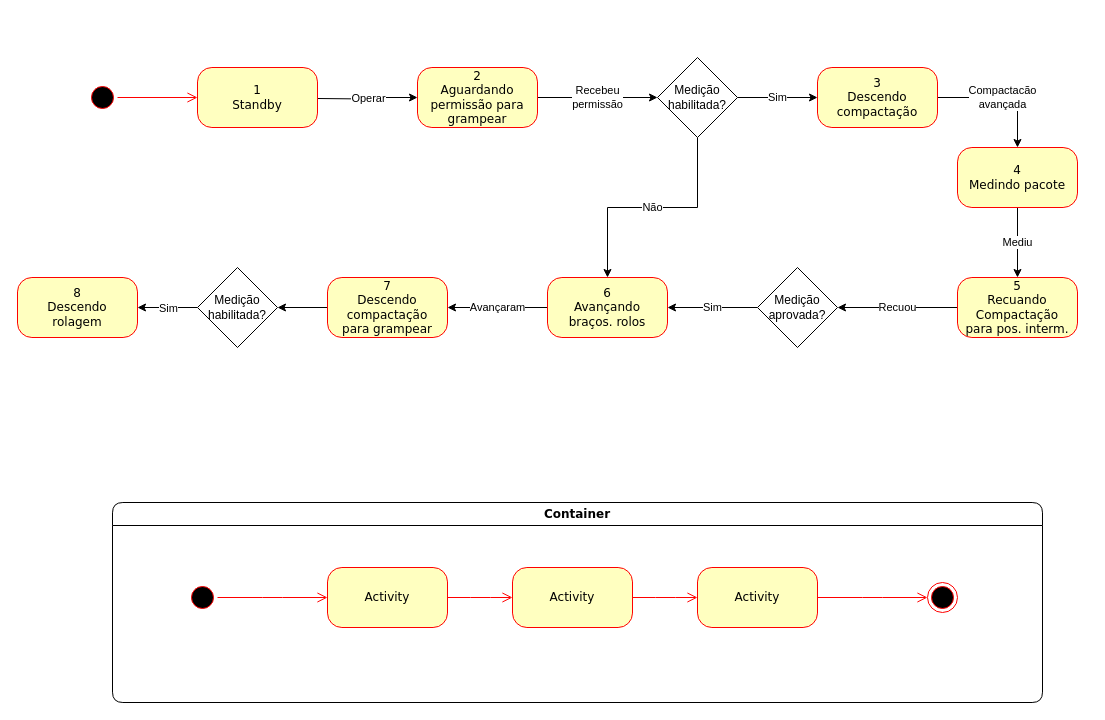
JonanMuller/M04196N03_Grampeadeira keeps this draw.io diagram as estadosGrampeadeira.drawio. Above is the earlier version. Source tidied: cells renumbered, new cells numbered last; positions are measured from the earlier drawing's top-left corner, leaving out a move shared by most shapes. Both pictures are drawn from the tidied source at 100%, with x=0, y=0 at pixel (17, 57).
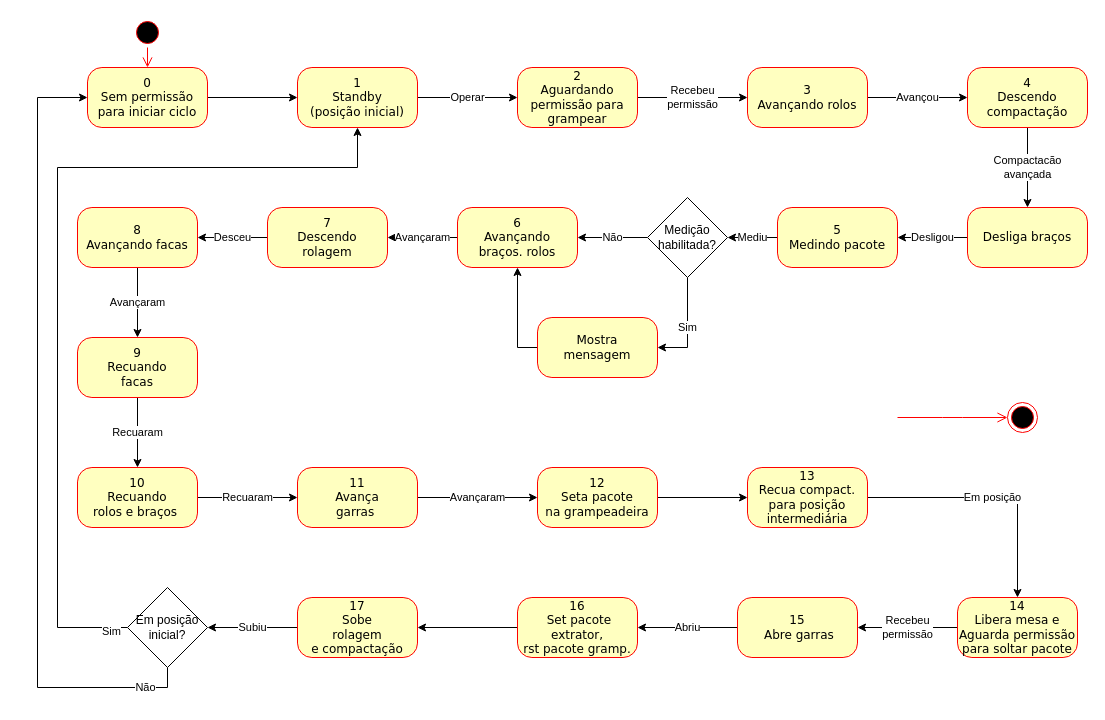
After the change.

Change to the diagram source:
```diff
@@
     <mxCell id="2" style="ellipse;html=1;shape=startState;fillColor=#000000;strokeColor=#ff0000;rounded=1;shadow=0;comic=0;labelBackgroundColor=none;fontFamily=Verdana;fontSize=12;fontColor=#000000;align=center;direction=south;" parent="1" vertex="1">
-      <mxGeometry x="70" y="25" width="30" height="30" as="geometry" />
+      <mxGeometry x="115" y="-40" width="30" height="30" as="geometry" />
     </mxCell>
-    <mxCell id="3" value="Operar" style="edgeStyle=orthogonalEdgeStyle;rounded=0;jettySize=auto;html=1;entryX=0;entryY=0.5;entryDx=0;entryDy=0;" parent="1" edge="1" target="17">
-      <mxGeometry relative="1" as="geometry">
-        <mxPoint x="300" y="41" as="sourcePoint" />
-      </mxGeometry>
+    <mxCell id="3" value="Operar" style="edgeStyle=orthogonalEdgeStyle;rounded=0;jettySize=auto;html=1;entryX=0;entryY=0.5;entryDx=0;entryDy=0;startArrow=none;" parent="1" edge="1" source="4" target="17">
+      <mxGeometry relative="1" as="geometry" />
     </mxCell>
-    <mxCell id="4" value="1&lt;br&gt;Standby" style="rounded=1;whiteSpace=wrap;html=1;arcSize=24;fillColor=#ffffc0;strokeColor=#ff0000;shadow=0;comic=0;labelBackgroundColor=none;fontFamily=Verdana;fontSize=12;fontColor=#000000;align=center;" parent="1" vertex="1">
-      <mxGeometry x="180" y="10" width="120" height="60" as="geometry" />
-    </mxCell>
-    <mxCell id="5" value="Container" style="swimlane;whiteSpace=wrap;html=1;rounded=1;shadow=0;comic=0;labelBackgroundColor=none;strokeWidth=1;fontFamily=Verdana;fontSize=12;align=center;" parent="1" vertex="1">
-      <mxGeometry x="95" y="445" width="930" height="200" as="geometry" />
-    </mxCell>
-    <mxCell id="6" style="edgeStyle=elbowEdgeStyle;html=1;labelBackgroundColor=none;endArrow=open;endSize=8;strokeColor=#ff0000;fontFamily=Verdana;fontSize=12;align=left;" parent="5" edge="1" source="7" target="12">
-      <mxGeometry relative="1" as="geometry" />
-    </mxCell>
-    <mxCell id="7" value="Activity" style="rounded=1;whiteSpace=wrap;html=1;arcSize=24;fillColor=#ffffc0;strokeColor=#ff0000;shadow=0;comic=0;labelBackgroundColor=none;fontFamily=Verdana;fontSize=12;fontColor=#000000;align=center;" parent="5" vertex="1">
-      <mxGeometry x="215" y="65" width="120" height="60" as="geometry" />
-    </mxCell>
-    <mxCell id="8" style="ellipse;html=1;shape=endState;fillColor=#000000;strokeColor=#ff0000;rounded=1;shadow=0;comic=0;labelBackgroundColor=none;fontFamily=Verdana;fontSize=12;fontColor=#000000;align=center;" parent="5" vertex="1">
-      <mxGeometry x="815" y="80" width="30" height="30" as="geometry" />
-    </mxCell>
-    <mxCell id="9" style="edgeStyle=elbowEdgeStyle;html=1;labelBackgroundColor=none;endArrow=open;endSize=8;strokeColor=#ff0000;fontFamily=Verdana;fontSize=12;align=left;" parent="5" edge="1" source="10" target="7">
-      <mxGeometry relative="1" as="geometry" />
-    </mxCell>
-    <mxCell id="10" style="ellipse;html=1;shape=startState;fillColor=#000000;strokeColor=#ff0000;rounded=1;shadow=0;comic=0;labelBackgroundColor=none;fontFamily=Verdana;fontSize=12;fontColor=#000000;align=center;direction=south;" parent="5" vertex="1">
-      <mxGeometry x="75" y="80" width="30" height="30" as="geometry" />
-    </mxCell>
-    <mxCell id="11" style="edgeStyle=elbowEdgeStyle;html=1;labelBackgroundColor=none;endArrow=open;endSize=8;strokeColor=#ff0000;fontFamily=Verdana;fontSize=12;align=left;" parent="5" edge="1" source="12" target="14">
-      <mxGeometry relative="1" as="geometry" />
-    </mxCell>
-    <mxCell id="12" value="Activity" style="rounded=1;whiteSpace=wrap;html=1;arcSize=24;fillColor=#ffffc0;strokeColor=#ff0000;shadow=0;comic=0;labelBackgroundColor=none;fontFamily=Verdana;fontSize=12;fontColor=#000000;align=center;" parent="5" vertex="1">
-      <mxGeometry x="400" y="65" width="120" height="60" as="geometry" />
-    </mxCell>
-    <mxCell id="13" style="edgeStyle=elbowEdgeStyle;html=1;labelBackgroundColor=none;endArrow=open;endSize=8;strokeColor=#ff0000;fontFamily=Verdana;fontSize=12;align=left;" parent="5" edge="1" source="14" target="8">
-      <mxGeometry relative="1" as="geometry" />
-    </mxCell>
-    <mxCell id="14" value="Activity" style="rounded=1;whiteSpace=wrap;html=1;arcSize=24;fillColor=#ffffc0;strokeColor=#ff0000;shadow=0;comic=0;labelBackgroundColor=none;fontFamily=Verdana;fontSize=12;fontColor=#000000;align=center;" parent="5" vertex="1">
-      <mxGeometry x="585" y="65" width="120" height="60" as="geometry" />
-    </mxCell>
-    <mxCell id="15" style="edgeStyle=orthogonalEdgeStyle;html=1;labelBackgroundColor=none;endArrow=open;endSize=8;strokeColor=#ff0000;fontFamily=Verdana;fontSize=12;align=left;" parent="1" edge="1" source="2" target="4">
+    <mxCell id="15" style="edgeStyle=orthogonalEdgeStyle;html=1;labelBackgroundColor=none;endArrow=open;endSize=8;strokeColor=#ff0000;fontFamily=Verdana;fontSize=12;align=left;entryX=0.5;entryY=0;entryDx=0;entryDy=0;" parent="1" edge="1" source="2" target="67">
       <mxGeometry relative="1" as="geometry" />
     </mxCell>
-    <mxCell id="16" value="Recebeu&lt;br&gt;permissão" style="edgeStyle=orthogonalEdgeStyle;rounded=0;jettySize=auto;html=1;" parent="1" edge="1" source="17" target="22">
-      <mxGeometry relative="1" as="geometry" />
-    </mxCell>
+    <mxCell id="36" value="Recebeu&lt;br&gt;permissão" style="edgeStyle=orthogonalEdgeStyle;rounded=0;jettySize=auto;html=1;" parent="1" edge="1" source="17" target="42">
+      <mxGeometry relative="1" as="geometry" />
+    </mxCell>
     <mxCell id="17" value="2&lt;br&gt;Aguardando&lt;br&gt;permissão para&lt;br&gt;grampear" style="rounded=1;whiteSpace=wrap;html=1;arcSize=24;fillColor=#ffffc0;strokeColor=#ff0000;shadow=0;comic=0;labelBackgroundColor=none;fontFamily=Verdana;fontSize=12;fontColor=#000000;align=center;" parent="1" vertex="1">
-      <mxGeometry x="400" y="10" width="120" height="60" as="geometry" />
+      <mxGeometry x="500" y="10" width="120" height="60" as="geometry" />
     </mxCell>
-    <mxCell id="18" value="Compactacão&lt;br&gt;avançada" style="edgeStyle=orthogonalEdgeStyle;rounded=0;jettySize=auto;html=1;exitX=1;exitY=0.5;exitDx=0;exitDy=0;entryX=0.5;entryY=0;entryDx=0;entryDy=0;" parent="1" edge="1" source="19" target="24">
+    <mxCell id="18" value="Compactacão&lt;br&gt;avançada" style="edgeStyle=orthogonalEdgeStyle;rounded=0;jettySize=auto;html=1;exitX=0.5;exitY=1;exitDx=0;exitDy=0;" parent="1" edge="1" source="19" target="65">
       <mxGeometry relative="1" as="geometry" />
     </mxCell>
-    <mxCell id="19" value="3&lt;br&gt;Descendo&lt;br&gt;compactação" style="rounded=1;whiteSpace=wrap;html=1;arcSize=24;fillColor=#ffffc0;strokeColor=#ff0000;shadow=0;comic=0;labelBackgroundColor=none;fontFamily=Verdana;fontSize=12;fontColor=#000000;align=center;" parent="1" vertex="1">
-      <mxGeometry x="800" y="10" width="120" height="60" as="geometry" />
+    <mxCell id="19" value="4&lt;br&gt;Descendo&lt;br&gt;compactação" style="rounded=1;whiteSpace=wrap;html=1;arcSize=24;fillColor=#ffffc0;strokeColor=#ff0000;shadow=0;comic=0;labelBackgroundColor=none;fontFamily=Verdana;fontSize=12;fontColor=#000000;align=center;" parent="1" vertex="1">
+      <mxGeometry x="950" y="10" width="120" height="60" as="geometry" />
     </mxCell>
-    <mxCell id="20" value="Sim" style="edgeStyle=orthogonalEdgeStyle;rounded=0;jettySize=auto;html=1;exitX=1;exitY=0.5;exitDx=0;exitDy=0;entryX=0;entryY=0.5;entryDx=0;entryDy=0;" parent="1" edge="1" source="22" target="19">
-      <mxGeometry relative="1" as="geometry" />
-    </mxCell>
-    <mxCell id="21" value="Não" style="edgeStyle=orthogonalEdgeStyle;rounded=0;jettySize=auto;html=1;exitX=0.5;exitY=1;exitDx=0;exitDy=0;entryX=0.5;entryY=0;entryDx=0;entryDy=0;" parent="1" edge="1" source="22" target="28">
-      <mxGeometry relative="1" as="geometry" />
-    </mxCell>
-    <mxCell id="22" value="Medição&lt;br&gt;habilitada?" style="rhombus;whiteSpace=wrap;html=1;" parent="1" vertex="1">
-      <mxGeometry x="640" width="80" height="80" as="geometry" />
-    </mxCell>
-    <mxCell id="23" value="Mediu" style="edgeStyle=orthogonalEdgeStyle;rounded=0;jettySize=auto;html=1;" parent="1" edge="1" source="24" target="26">
+    <mxCell id="23" value="Mediu" style="edgeStyle=orthogonalEdgeStyle;rounded=0;jettySize=auto;html=1;" parent="1" edge="1" source="24" target="45">
       <mxGeometry relative="1" as="geometry" />
     </mxCell>
-    <mxCell id="24" value="4&lt;br&gt;Medindo pacote" style="rounded=1;whiteSpace=wrap;html=1;arcSize=24;fillColor=#ffffc0;strokeColor=#ff0000;shadow=0;comic=0;labelBackgroundColor=none;fontFamily=Verdana;fontSize=12;fontColor=#000000;align=center;" parent="1" vertex="1">
-      <mxGeometry x="940" y="90" width="120" height="60" as="geometry" />
+    <mxCell id="24" value="5&lt;br&gt;Medindo pacote" style="rounded=1;whiteSpace=wrap;html=1;arcSize=24;fillColor=#ffffc0;strokeColor=#ff0000;shadow=0;comic=0;labelBackgroundColor=none;fontFamily=Verdana;fontSize=12;fontColor=#000000;align=center;" parent="1" vertex="1">
+      <mxGeometry x="760" y="150" width="120" height="60" as="geometry" />
     </mxCell>
-    <mxCell id="25" value="Recuou" style="edgeStyle=orthogonalEdgeStyle;rounded=0;jettySize=auto;html=1;" parent="1" edge="1" source="26" target="35">
-      <mxGeometry relative="1" as="geometry" />
-    </mxCell>
+    <mxCell id="37" value="Recuaram" style="edgeStyle=orthogonalEdgeStyle;rounded=0;jettySize=auto;html=1;" parent="1" edge="1" source="26" target="51">
+      <mxGeometry relative="1" as="geometry" />
+    </mxCell>
-    <mxCell id="26" value="5&lt;br&gt;Recuando&lt;br&gt;Compactação&lt;br&gt;para pos. interm." style="rounded=1;whiteSpace=wrap;html=1;arcSize=24;fillColor=#ffffc0;strokeColor=#ff0000;shadow=0;comic=0;labelBackgroundColor=none;fontFamily=Verdana;fontSize=12;fontColor=#000000;align=center;" parent="1" vertex="1">
-      <mxGeometry x="940" y="220" width="120" height="60" as="geometry" />
+    <mxCell id="26" value="10&lt;br&gt;Recuando&lt;br&gt;rolos e braços&amp;nbsp;&lt;br&gt;" style="rounded=1;whiteSpace=wrap;html=1;arcSize=24;fillColor=#ffffc0;strokeColor=#ff0000;shadow=0;comic=0;labelBackgroundColor=none;fontFamily=Verdana;fontSize=12;fontColor=#000000;align=center;" parent="1" vertex="1">
+      <mxGeometry x="60" y="410" width="120" height="60" as="geometry" />
     </mxCell>
@@
     <mxCell id="28" value="6&lt;br&gt;Avançando&lt;br&gt;braços. rolos" style="rounded=1;whiteSpace=wrap;html=1;arcSize=24;fillColor=#ffffc0;strokeColor=#ff0000;shadow=0;comic=0;labelBackgroundColor=none;fontFamily=Verdana;fontSize=12;fontColor=#000000;align=center;" parent="1" vertex="1">
-      <mxGeometry x="530" y="220" width="120" height="60" as="geometry" />
+      <mxGeometry x="440" y="150" width="120" height="60" as="geometry" />
     </mxCell>
-    <mxCell id="29" style="edgeStyle=orthogonalEdgeStyle;rounded=0;jettySize=auto;html=1;" parent="1" edge="1" source="30" target="33">
-      <mxGeometry relative="1" as="geometry" />
-    </mxCell>
+    <mxCell id="38" value="Desceu" style="edgeStyle=orthogonalEdgeStyle;rounded=0;jettySize=auto;html=1;" parent="1" edge="1" source="30" target="49">
+      <mxGeometry relative="1" as="geometry" />
+    </mxCell>
-    <mxCell id="30" value="7&lt;br&gt;Descendo compactação&lt;br&gt;para grampear" style="rounded=1;whiteSpace=wrap;html=1;arcSize=24;fillColor=#ffffc0;strokeColor=#ff0000;shadow=0;comic=0;labelBackgroundColor=none;fontFamily=Verdana;fontSize=12;fontColor=#000000;align=center;" parent="1" vertex="1">
-      <mxGeometry x="310" y="220" width="120" height="60" as="geometry" />
+    <mxCell id="30" value="7&lt;br&gt;Descendo&lt;br&gt;rolagem" style="rounded=1;whiteSpace=wrap;html=1;arcSize=24;fillColor=#ffffc0;strokeColor=#ff0000;shadow=0;comic=0;labelBackgroundColor=none;fontFamily=Verdana;fontSize=12;fontColor=#000000;align=center;" parent="1" vertex="1">
+      <mxGeometry x="250" y="150" width="120" height="60" as="geometry" />
     </mxCell>
-    <mxCell id="31" value="8&lt;br&gt;Descendo&lt;br&gt;rolagem" style="rounded=1;whiteSpace=wrap;html=1;arcSize=24;fillColor=#ffffc0;strokeColor=#ff0000;shadow=0;comic=0;labelBackgroundColor=none;fontFamily=Verdana;fontSize=12;fontColor=#000000;align=center;" parent="1" vertex="1">
-      <mxGeometry y="220" width="120" height="60" as="geometry" />
-    </mxCell>
-    <mxCell id="32" value="Sim" style="edgeStyle=orthogonalEdgeStyle;rounded=0;jettySize=auto;html=1;" parent="1" edge="1" source="33">
-      <mxGeometry relative="1" as="geometry">
-        <mxPoint x="120" y="250" as="targetPoint" />
-      </mxGeometry>
-    </mxCell>
-    <mxCell id="33" value="Medição&lt;br&gt;habilitada?" style="rhombus;whiteSpace=wrap;html=1;" parent="1" vertex="1">
-      <mxGeometry x="180" y="210" width="80" height="80" as="geometry" />
-    </mxCell>
-    <mxCell id="34" value="Sim" style="edgeStyle=orthogonalEdgeStyle;rounded=0;jettySize=auto;html=1;" parent="1" edge="1" source="35" target="28">
-      <mxGeometry relative="1" as="geometry" />
-    </mxCell>
-    <mxCell id="35" value="Medição&lt;br&gt;aprovada?" style="rhombus;whiteSpace=wrap;html=1;" parent="1" vertex="1">
-      <mxGeometry x="740" y="210" width="80" height="80" as="geometry" />
-    </mxCell>
+    <mxCell id="39" value="Recuaram" style="edgeStyle=orthogonalEdgeStyle;rounded=0;jettySize=auto;html=1;" parent="1" edge="1" source="40" target="26">
+      <mxGeometry relative="1" as="geometry" />
+    </mxCell>
+    <mxCell id="40" value="9&lt;br&gt;Recuando&lt;br&gt;facas" style="rounded=1;whiteSpace=wrap;html=1;arcSize=24;fillColor=#ffffc0;strokeColor=#ff0000;shadow=0;comic=0;labelBackgroundColor=none;fontFamily=Verdana;fontSize=12;fontColor=#000000;align=center;" parent="1" vertex="1">
+      <mxGeometry x="60" y="280" width="120" height="60" as="geometry" />
+    </mxCell>
+    <mxCell id="41" value="Avançou" style="edgeStyle=orthogonalEdgeStyle;rounded=0;jettySize=auto;html=1;" parent="1" edge="1" source="42" target="19">
+      <mxGeometry relative="1" as="geometry" />
+    </mxCell>
+    <mxCell id="42" value="3&lt;br&gt;Avançando rolos" style="rounded=1;whiteSpace=wrap;html=1;arcSize=24;fillColor=#ffffc0;strokeColor=#ff0000;shadow=0;comic=0;labelBackgroundColor=none;fontFamily=Verdana;fontSize=12;fontColor=#000000;align=center;" parent="1" vertex="1">
+      <mxGeometry x="730" y="10" width="120" height="60" as="geometry" />
+    </mxCell>
+    <mxCell id="43" value="Sim" style="edgeStyle=orthogonalEdgeStyle;rounded=0;jettySize=auto;html=1;exitX=0.5;exitY=1;exitDx=0;exitDy=0;entryX=1;entryY=0.5;entryDx=0;entryDy=0;" parent="1" edge="1" source="45" target="47">
+      <mxGeometry relative="1" as="geometry" />
+    </mxCell>
+    <mxCell id="44" value="Não" style="edgeStyle=orthogonalEdgeStyle;rounded=0;jettySize=auto;html=1;" parent="1" edge="1" source="45" target="28">
+      <mxGeometry relative="1" as="geometry" />
+    </mxCell>
+    <mxCell id="45" value="Medição&lt;br&gt;habilitada?" style="rhombus;whiteSpace=wrap;html=1;" parent="1" vertex="1">
+      <mxGeometry x="630" y="140" width="80" height="80" as="geometry" />
+    </mxCell>
+    <mxCell id="46" style="edgeStyle=orthogonalEdgeStyle;rounded=0;jettySize=auto;html=1;exitX=0;exitY=0.5;exitDx=0;exitDy=0;entryX=0.5;entryY=1;entryDx=0;entryDy=0;" parent="1" edge="1" source="47" target="28">
+      <mxGeometry relative="1" as="geometry" />
+    </mxCell>
+    <mxCell id="47" value="Mostra&lt;br&gt;mensagem" style="rounded=1;whiteSpace=wrap;html=1;arcSize=24;fillColor=#ffffc0;strokeColor=#ff0000;shadow=0;comic=0;labelBackgroundColor=none;fontFamily=Verdana;fontSize=12;fontColor=#000000;align=center;" parent="1" vertex="1">
+      <mxGeometry x="520" y="260" width="120" height="60" as="geometry" />
+    </mxCell>
+    <mxCell id="48" value="Avançaram" style="edgeStyle=orthogonalEdgeStyle;rounded=0;jettySize=auto;html=1;" parent="1" edge="1" source="49" target="40">
+      <mxGeometry relative="1" as="geometry" />
+    </mxCell>
+    <mxCell id="49" value="8&lt;br&gt;Avançando facas" style="rounded=1;whiteSpace=wrap;html=1;arcSize=24;fillColor=#ffffc0;strokeColor=#ff0000;shadow=0;comic=0;labelBackgroundColor=none;fontFamily=Verdana;fontSize=12;fontColor=#000000;align=center;" parent="1" vertex="1">
+      <mxGeometry x="60" y="150" width="120" height="60" as="geometry" />
+    </mxCell>
+    <mxCell id="50" value="Avançaram" style="edgeStyle=orthogonalEdgeStyle;rounded=0;jettySize=auto;html=1;entryX=0;entryY=0.5;entryDx=0;entryDy=0;" parent="1" edge="1" source="51" target="53">
+      <mxGeometry relative="1" as="geometry" />
+    </mxCell>
+    <mxCell id="51" value="11&lt;br&gt;Avança&lt;br&gt;garras&amp;nbsp;" style="rounded=1;whiteSpace=wrap;html=1;arcSize=24;fillColor=#ffffc0;strokeColor=#ff0000;shadow=0;comic=0;labelBackgroundColor=none;fontFamily=Verdana;fontSize=12;fontColor=#000000;align=center;" parent="1" vertex="1">
+      <mxGeometry x="280" y="410" width="120" height="60" as="geometry" />
+    </mxCell>
+    <mxCell id="52" style="edgeStyle=orthogonalEdgeStyle;rounded=0;jettySize=auto;html=1;" parent="1" edge="1" source="53" target="55">
+      <mxGeometry relative="1" as="geometry" />
+    </mxCell>
+    <mxCell id="53" value="12&lt;br&gt;Seta pacote&lt;br&gt;na grampeadeira" style="rounded=1;whiteSpace=wrap;html=1;arcSize=24;fillColor=#ffffc0;strokeColor=#ff0000;shadow=0;comic=0;labelBackgroundColor=none;fontFamily=Verdana;fontSize=12;fontColor=#000000;align=center;" parent="1" vertex="1">
+      <mxGeometry x="520" y="410" width="120" height="60" as="geometry" />
+    </mxCell>
+    <mxCell id="54" value="Em posição" style="edgeStyle=orthogonalEdgeStyle;rounded=0;jettySize=auto;html=1;" parent="1" edge="1" source="55" target="57">
+      <mxGeometry relative="1" as="geometry" />
+    </mxCell>
+    <mxCell id="55" value="13&lt;br&gt;Recua compact. para posição intermediária" style="rounded=1;whiteSpace=wrap;html=1;arcSize=24;fillColor=#ffffc0;strokeColor=#ff0000;shadow=0;comic=0;labelBackgroundColor=none;fontFamily=Verdana;fontSize=12;fontColor=#000000;align=center;" parent="1" vertex="1">
+      <mxGeometry x="730" y="410" width="120" height="60" as="geometry" />
+    </mxCell>
+    <mxCell id="56" value="Recebeu&lt;br&gt;permissão" style="edgeStyle=orthogonalEdgeStyle;rounded=0;jettySize=auto;html=1;" parent="1" edge="1" source="57" target="59">
+      <mxGeometry relative="1" as="geometry" />
+    </mxCell>
+    <mxCell id="57" value="14&lt;br&gt;Libera mesa e&lt;br&gt;Aguarda permissão para soltar pacote" style="rounded=1;whiteSpace=wrap;html=1;arcSize=24;fillColor=#ffffc0;strokeColor=#ff0000;shadow=0;comic=0;labelBackgroundColor=none;fontFamily=Verdana;fontSize=12;fontColor=#000000;align=center;" parent="1" vertex="1">
+      <mxGeometry x="940" y="540" width="120" height="60" as="geometry" />
+    </mxCell>
+    <mxCell id="58" value="Abriu" style="edgeStyle=orthogonalEdgeStyle;rounded=0;jettySize=auto;html=1;" parent="1" edge="1" source="59" target="61">
+      <mxGeometry relative="1" as="geometry" />
+    </mxCell>
+    <mxCell id="59" value="15&lt;br&gt;&amp;nbsp;Abre garras" style="rounded=1;whiteSpace=wrap;html=1;arcSize=24;fillColor=#ffffc0;strokeColor=#ff0000;shadow=0;comic=0;labelBackgroundColor=none;fontFamily=Verdana;fontSize=12;fontColor=#000000;align=center;" parent="1" vertex="1">
+      <mxGeometry x="720" y="540" width="120" height="60" as="geometry" />
+    </mxCell>
+    <mxCell id="60" style="edgeStyle=orthogonalEdgeStyle;rounded=0;jettySize=auto;html=1;" parent="1" edge="1" source="61" target="63">
+      <mxGeometry relative="1" as="geometry" />
+    </mxCell>
+    <mxCell id="61" value="16&lt;br&gt;&amp;nbsp;Set pacote extrator,&lt;br&gt;rst pacote gramp." style="rounded=1;whiteSpace=wrap;html=1;arcSize=24;fillColor=#ffffc0;strokeColor=#ff0000;shadow=0;comic=0;labelBackgroundColor=none;fontFamily=Verdana;fontSize=12;fontColor=#000000;align=center;" parent="1" vertex="1">
+      <mxGeometry x="500" y="540" width="120" height="60" as="geometry" />
+    </mxCell>
+    <mxCell id="62" value="Subiu" style="edgeStyle=orthogonalEdgeStyle;rounded=0;jettySize=auto;html=1;entryX=1;entryY=0.5;entryDx=0;entryDy=0;" parent="1" edge="1" source="63" target="72">
+      <mxGeometry relative="1" as="geometry" />
+    </mxCell>
+    <mxCell id="63" value="17&lt;br&gt;Sobe&lt;br&gt;rolagem&lt;br&gt;e compactação" style="rounded=1;whiteSpace=wrap;html=1;arcSize=24;fillColor=#ffffc0;strokeColor=#ff0000;shadow=0;comic=0;labelBackgroundColor=none;fontFamily=Verdana;fontSize=12;fontColor=#000000;align=center;" parent="1" vertex="1">
+      <mxGeometry x="280" y="540" width="120" height="60" as="geometry" />
+    </mxCell>
+    <mxCell id="64" value="Desligou" style="edgeStyle=orthogonalEdgeStyle;rounded=0;jettySize=auto;html=1;" parent="1" edge="1" source="65" target="24">
+      <mxGeometry relative="1" as="geometry" />
+    </mxCell>
+    <mxCell id="65" value="Desliga braços" style="rounded=1;whiteSpace=wrap;html=1;arcSize=24;fillColor=#ffffc0;strokeColor=#ff0000;shadow=0;comic=0;labelBackgroundColor=none;fontFamily=Verdana;fontSize=12;fontColor=#000000;align=center;" parent="1" vertex="1">
+      <mxGeometry x="950" y="150" width="120" height="60" as="geometry" />
+    </mxCell>
+    <mxCell id="4" value="1&lt;br&gt;Standby&lt;br&gt;(posição inicial)" style="rounded=1;whiteSpace=wrap;html=1;arcSize=24;fillColor=#ffffc0;strokeColor=#ff0000;shadow=0;comic=0;labelBackgroundColor=none;fontFamily=Verdana;fontSize=12;fontColor=#000000;align=center;" parent="1" vertex="1">
+      <mxGeometry x="280" y="10" width="120" height="60" as="geometry" />
+    </mxCell>
+    <mxCell id="66" style="edgeStyle=orthogonalEdgeStyle;rounded=0;jettySize=auto;html=1;" parent="1" edge="1" source="67" target="4">
+      <mxGeometry relative="1" as="geometry" />
+    </mxCell>
+    <mxCell id="67" value="0&lt;br&gt;Sem permissão&lt;br&gt;para iniciar ciclo" style="rounded=1;whiteSpace=wrap;html=1;arcSize=24;fillColor=#ffffc0;strokeColor=#ff0000;shadow=0;comic=0;labelBackgroundColor=none;fontFamily=Verdana;fontSize=12;fontColor=#000000;align=center;" parent="1" vertex="1">
+      <mxGeometry x="70" y="10" width="120" height="60" as="geometry" />
+    </mxCell>
+    <mxCell id="68" style="edgeStyle=orthogonalEdgeStyle;rounded=0;jettySize=auto;html=1;exitX=0;exitY=0.5;exitDx=0;exitDy=0;entryX=0.5;entryY=1;entryDx=0;entryDy=0;" parent="1" edge="1" source="72" target="4">
+      <mxGeometry relative="1" as="geometry">
+        <Array as="points">
+          <mxPoint x="40" y="570" />
+          <mxPoint x="40" y="110" />
+          <mxPoint x="340" y="110" />
+        </Array>
+      </mxGeometry>
+    </mxCell>
+    <mxCell id="69" value="Sim" style="edgeLabel;html=1;align=center;verticalAlign=middle;" parent="68" vertex="1">
+      <mxGeometry x="-0.96" y="3" relative="1" as="geometry" />
+    </mxCell>
+    <mxCell id="70" style="edgeStyle=orthogonalEdgeStyle;rounded=0;jettySize=auto;html=1;exitX=0.5;exitY=1;exitDx=0;exitDy=0;entryX=0;entryY=0.5;entryDx=0;entryDy=0;" parent="1" edge="1" source="72" target="67">
+      <mxGeometry relative="1" as="geometry">
+        <Array as="points">
+          <mxPoint x="150" y="630" />
+          <mxPoint x="20" y="630" />
+          <mxPoint x="20" y="40" />
+        </Array>
+      </mxGeometry>
+    </mxCell>
+    <mxCell id="71" value="Não" style="edgeLabel;html=1;align=center;verticalAlign=middle;" parent="70" vertex="1">
+      <mxGeometry x="-0.89" y="-1" relative="1" as="geometry" />
+    </mxCell>
+    <mxCell id="72" value="Em posição&lt;br&gt;inicial?" style="rhombus;whiteSpace=wrap;html=1;" parent="1" vertex="1">
+      <mxGeometry x="110" y="530" width="80" height="80" as="geometry" />
+    </mxCell>
+    <mxCell id="8" style="ellipse;html=1;shape=endState;fillColor=#000000;strokeColor=#ff0000;rounded=1;shadow=0;comic=0;labelBackgroundColor=none;fontFamily=Verdana;fontSize=12;fontColor=#000000;align=center;" parent="1" vertex="1">
+      <mxGeometry x="990" y="345" width="30" height="30" as="geometry" />
+    </mxCell>
+    <mxCell id="13" style="edgeStyle=elbowEdgeStyle;html=1;labelBackgroundColor=none;endArrow=open;endSize=8;strokeColor=#ff0000;fontFamily=Verdana;fontSize=12;align=left;" parent="1" edge="1" target="8">
+      <mxGeometry relative="1" as="geometry">
+        <mxPoint x="880" y="360" as="sourcePoint" />
+      </mxGeometry>
+    </mxCell>
```
